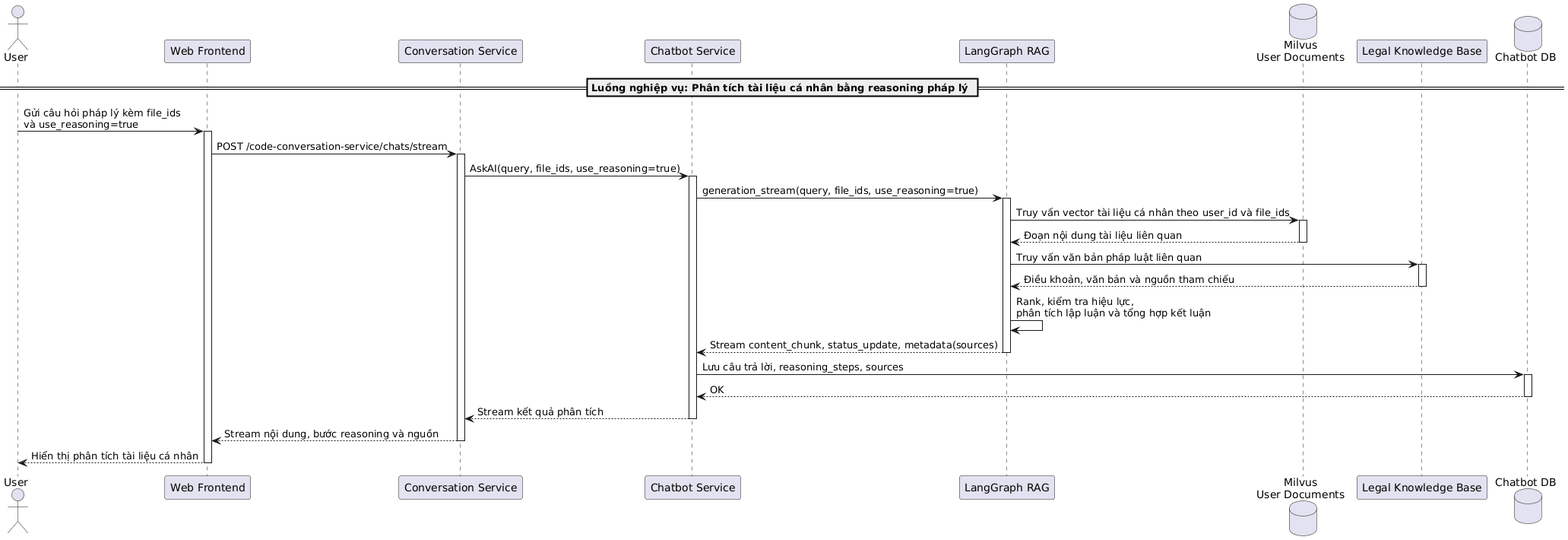
Before: latex/contents/Sequence/UML-Sequence-40.png, a diagram exported from PlantUML (20206205Tech/docs-latex).
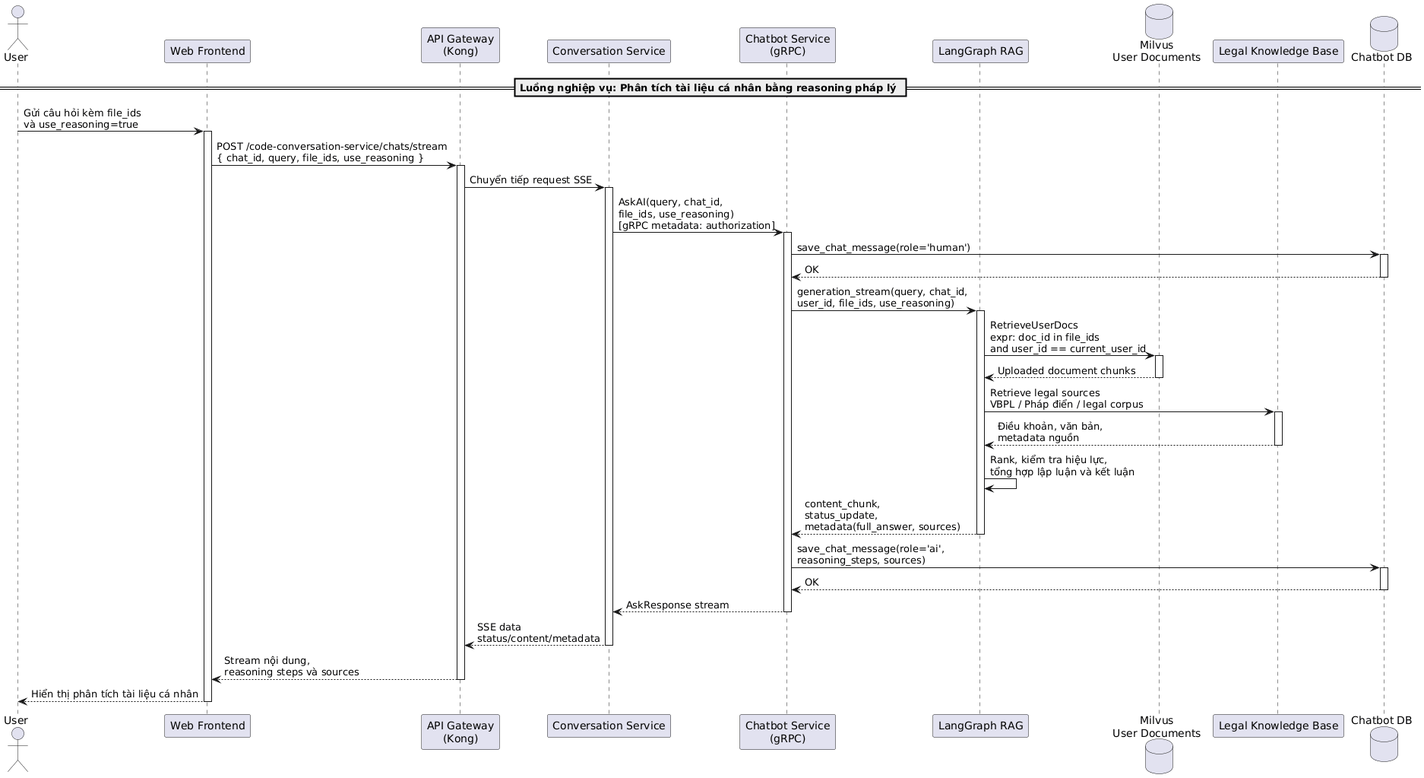
Above is the later version.

The edit, as a diff of the source:
```diff
@@ -1,8 +1,9 @@
 @startuml
 actor "User" as User
 participant "Web Frontend" as Frontend
+participant "API Gateway\n(Kong)" as Kong
 participant "Conversation Service" as ConversationService
-participant "Chatbot Service" as ChatbotService
+participant "Chatbot Service\n(gRPC)" as ChatbotService
 participant "LangGraph RAG" as RAG
 database "Milvus\nUser Documents" as Milvus
 participant "Legal Knowledge Base" as LegalKB
@@ -10,39 +11,50 @@
 
 == Luồng nghiệp vụ: Phân tích tài liệu cá nhân bằng reasoning pháp lý ==
 
-User -> Frontend: Gửi câu hỏi pháp lý kèm file_ids\nvà use_reasoning=true
+User -> Frontend: Gửi câu hỏi kèm file_ids\nvà use_reasoning=true
 activate Frontend
 
-Frontend -> ConversationService: POST /code-conversation-service/chats/stream
+Frontend -> Kong: POST /code-conversation-service/chats/stream\n{ chat_id, query, file_ids, use_reasoning }
+activate Kong
+Kong -> ConversationService: Chuyển tiếp request SSE
 activate ConversationService
-ConversationService -> ChatbotService: AskAI(query, file_ids, use_reasoning=true)
+
+ConversationService -> ChatbotService: AskAI(query, chat_id,\nfile_ids, use_reasoning)\n[gRPC metadata: authorization]
 activate ChatbotService
 
-ChatbotService -> RAG: generation_stream(query, file_ids, use_reasoning=true)
-activate RAG
-RAG -> Milvus: Truy vấn vector tài liệu cá nhân theo user_id và file_ids
-activate Milvus
-Milvus --> RAG: Đoạn nội dung tài liệu liên quan
-deactivate Milvus
-
-RAG -> LegalKB: Truy vấn văn bản pháp luật liên quan
-activate LegalKB
-LegalKB --> RAG: Điều khoản, văn bản và nguồn tham chiếu
-deactivate LegalKB
-
-RAG -> RAG: Rank, kiểm tra hiệu lực,\nphân tích lập luận và tổng hợp kết luận
-RAG --> ChatbotService: Stream content_chunk, status_update, metadata(sources)
-deactivate RAG
-
-ChatbotService -> ChatbotDB: Lưu câu trả lời, reasoning_steps, sources
+ChatbotService -> ChatbotDB: save_chat_message(role='human')
 activate ChatbotDB
 ChatbotDB --> ChatbotService: OK
 deactivate ChatbotDB
 
-ChatbotService --> ConversationService: Stream kết quả phân tích
+ChatbotService -> RAG: generation_stream(query, chat_id,\nuser_id, file_ids, use_reasoning)
+activate RAG
+
+RAG -> Milvus: RetrieveUserDocs\nexpr: doc_id in file_ids\nand user_id == current_user_id
+activate Milvus
+Milvus --> RAG: Uploaded document chunks
+deactivate Milvus
+
+RAG -> LegalKB: Retrieve legal sources\nVBPL / Pháp điển / legal corpus
+activate LegalKB
+LegalKB --> RAG: Điều khoản, văn bản,\nmetadata nguồn
+deactivate LegalKB
+
+RAG -> RAG: Rank, kiểm tra hiệu lực,\ntổng hợp lập luận và kết luận
+RAG --> ChatbotService: content_chunk,\nstatus_update,\nmetadata(full_answer, sources)
+deactivate RAG
+
+ChatbotService -> ChatbotDB: save_chat_message(role='ai',\nreasoning_steps, sources)
+activate ChatbotDB
+ChatbotDB --> ChatbotService: OK
+deactivate ChatbotDB
+
+ChatbotService --> ConversationService: AskResponse stream
 deactivate ChatbotService
-ConversationService --> Frontend: Stream nội dung, bước reasoning và nguồn
+ConversationService --> Kong: SSE data\nstatus/content/metadata
 deactivate ConversationService
+Kong --> Frontend: Stream nội dung,\nreasoning steps và sources
+deactivate Kong
 Frontend --> User: Hiển thị phân tích tài liệu cá nhân
 deactivate Frontend
 @enduml
```
